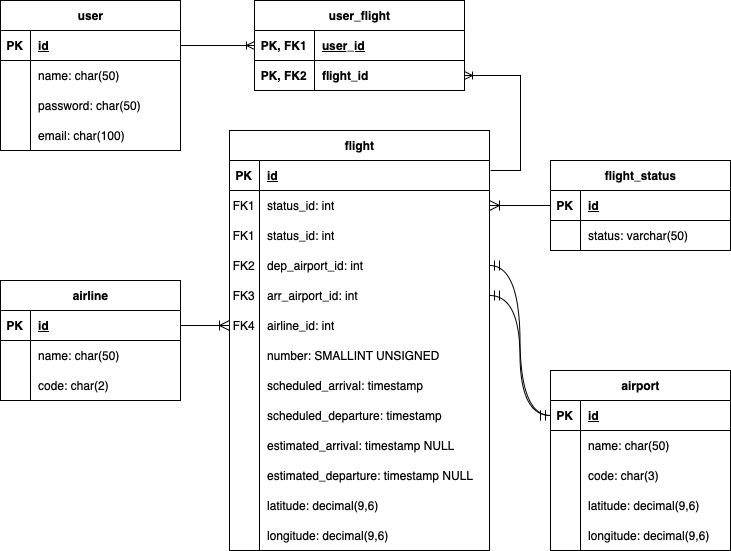
Before: diagrams/ERD.png, a diagram exported from draw.io (theacademy/c411-final-team-projects-c411-team-4). Source tidied: cells renumbered, new cells last; positions are measured from the earlier drawing's top-left corner, leaving out a move shared by most shapes.
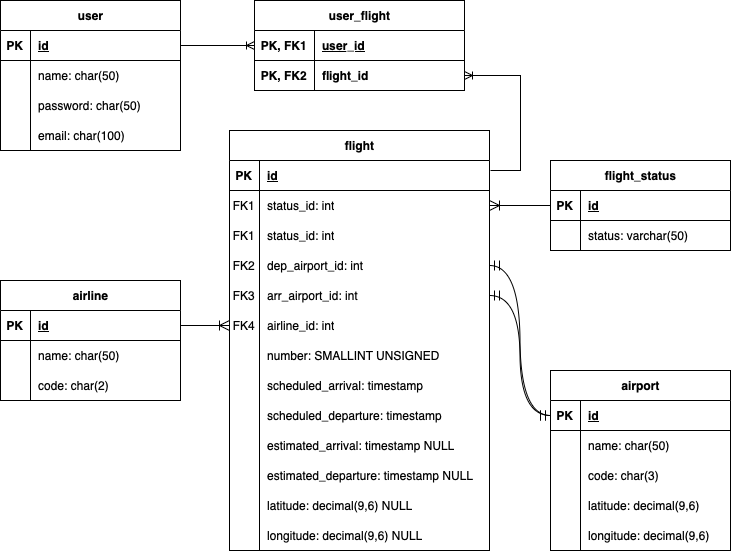
Later version of the same file.

Diff of the diagram source:
```diff
@@ -110,7 +110,7 @@
     <mxCell id="37" style="shape=partialRectangle;fillColor=none;top=0;left=0;bottom=0;right=0;overflow=hidden;whiteSpace=wrap;html=1;" parent="36" vertex="1">
       <mxGeometry width="30" height="30" as="geometry" />
     </mxCell>
-    <mxCell id="38" value="latitude:&amp;nbsp;decimal(9,6)" style="shape=partialRectangle;fillColor=none;top=0;left=0;bottom=0;right=0;align=left;spacingLeft=6;overflow=hidden;whiteSpace=wrap;html=1;" parent="36" vertex="1">
+    <mxCell id="38" value="latitude:&amp;nbsp;decimal(9,6) NULL" style="shape=partialRectangle;fillColor=none;top=0;left=0;bottom=0;right=0;align=left;spacingLeft=6;overflow=hidden;whiteSpace=wrap;html=1;" parent="36" vertex="1">
       <mxGeometry x="30" width="230" height="30" as="geometry" />
     </mxCell>
     <mxCell id="39" style="shape=tableRow;horizontal=0;startSize=0;swimlaneHead=0;swimlaneBody=0;fillColor=none;top=0;left=0;right=0;bottom=0;" parent="2" vertex="1">
@@ -119,7 +119,7 @@
     <mxCell id="40" style="shape=partialRectangle;fillColor=none;top=0;left=0;bottom=0;right=0;overflow=hidden;whiteSpace=wrap;html=1;" parent="39" vertex="1">
       <mxGeometry width="30" height="30" as="geometry" />
     </mxCell>
-    <mxCell id="41" value="longitude: decimal(9,6)" style="shape=partialRectangle;fillColor=none;top=0;left=0;bottom=0;right=0;align=left;spacingLeft=6;overflow=hidden;whiteSpace=wrap;html=1;" parent="39" vertex="1">
+    <mxCell id="41" value="longitude: decimal(9,6) NULL" style="shape=partialRectangle;fillColor=none;top=0;left=0;bottom=0;right=0;align=left;spacingLeft=6;overflow=hidden;whiteSpace=wrap;html=1;" parent="39" vertex="1">
       <mxGeometry x="30" width="230" height="30" as="geometry" />
     </mxCell>
     <mxCell id="42" value="flight_status" style="shape=table;startSize=30;rowLines=0;fontStyle=1;align=center;html=1;fillColor=none;" parent="1" vertex="1">
```
